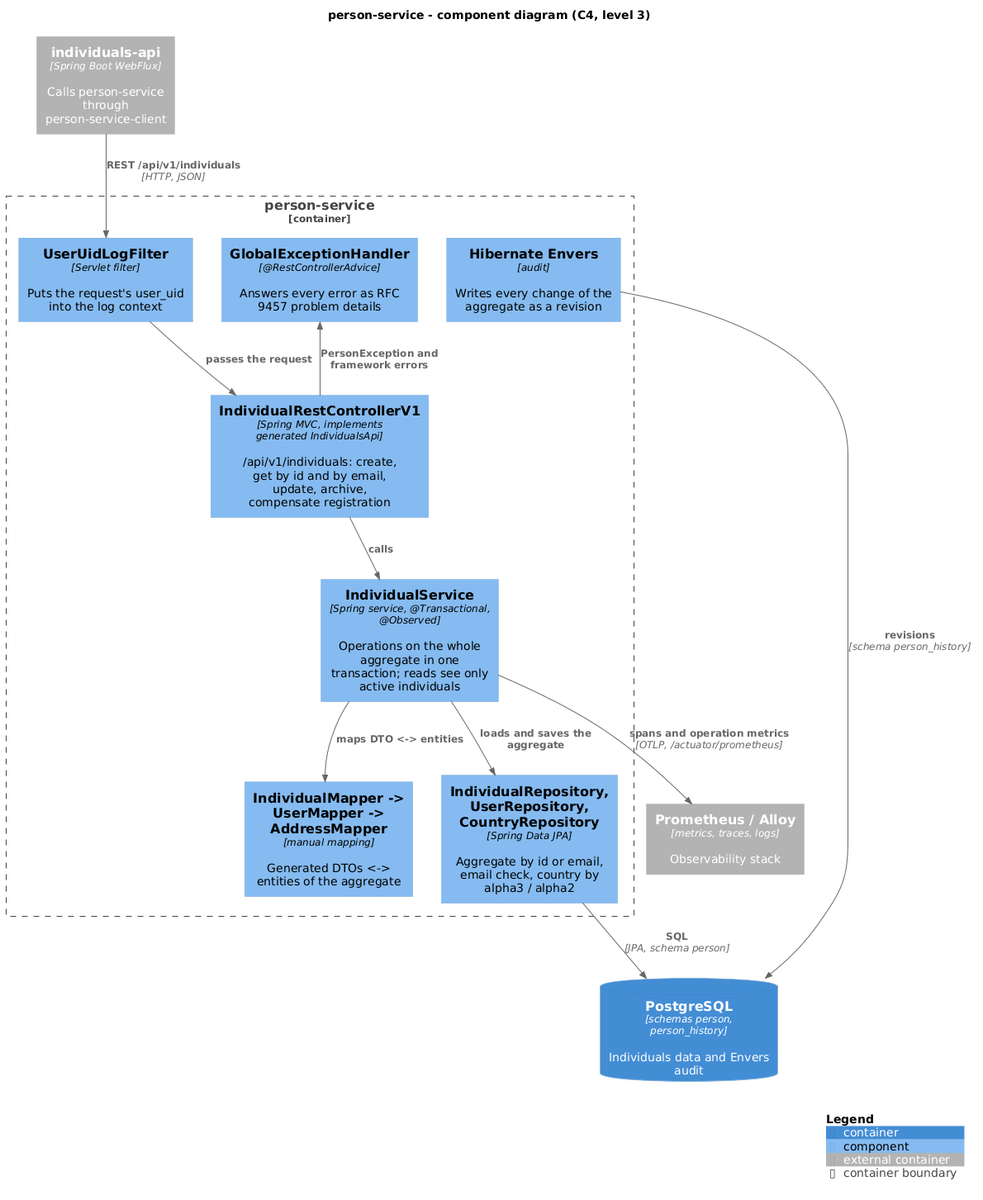
This is person-service/diagrams-c4/png/en/component.png from dezxxx/payment-platform, a PlantUML export, as it was before one commit. Source of this version:
```plantuml
@startuml component
!include <C4/C4_Component>

title person-service - component diagram (C4, level 3)

Container_Ext(individualsApi, "individuals-api", "Spring Boot WebFlux", "Calls person-service through person-service-client")
ContainerDb(db, "PostgreSQL", "schemas person, person_history", "Individuals data and Envers audit")
Container_Ext(observability, "Prometheus / Alloy", "metrics, traces, logs", "Observability stack")

Container_Boundary(app, "person-service") {
    Component(filter, "UserUidLogFilter", "Servlet filter", "Puts the request's user_uid into the log context")
    Component(controller, "IndividualRestControllerV1", "Spring MVC, implements generated IndividualsApi", "/api/v1/individuals: create, get by id and by email, update, archive, compensate registration")
    Component(handler, "GlobalExceptionHandler", "@RestControllerAdvice", "Answers every error as RFC 9457 problem details")
    Component(service, "IndividualService", "Spring service, @Transactional, @Observed", "Operations on the whole aggregate in one transaction; reads see only active individuals")
    Component(mappers, "IndividualMapper -> UserMapper -> AddressMapper", "manual mapping", "Generated DTOs <-> entities of the aggregate")
    Component(repositories, "IndividualRepository, UserRepository, CountryRepository", "Spring Data JPA", "Aggregate by id or email, email check, country by alpha3 / alpha2")
    Component(envers, "Hibernate Envers", "audit", "Writes every change of the aggregate as a revision")
}

Rel(individualsApi, filter, "REST /api/v1/individuals", "HTTP, JSON")
Rel(filter, controller, "passes the request")
Rel(controller, service, "calls")
Rel(service, mappers, "maps DTO <-> entities")
Rel(service, repositories, "loads and saves the aggregate")
Rel(repositories, db, "SQL", "JPA, schema person")
Rel(envers, db, "revisions", "schema person_history")
Rel_Back(handler, controller, "PersonException and framework errors")
Rel(service, observability, "spans and operation metrics", "OTLP, /actuator/prometheus")

SHOW_LEGEND()
@enduml
```
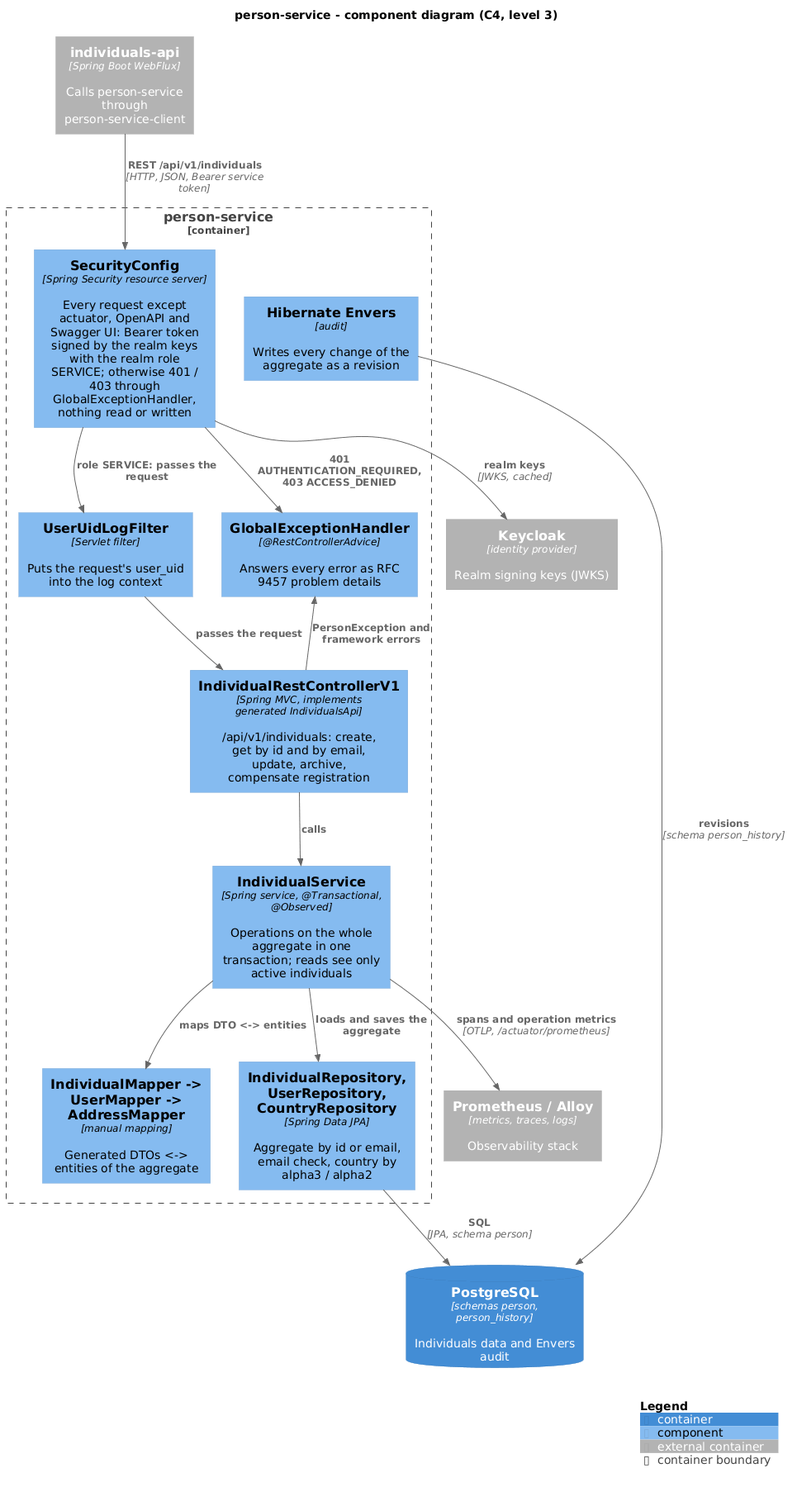
The same diagram one commit later.

The edit, as a diff of the source:
```diff
@@ -5,9 +5,11 @@
 
 Container_Ext(individualsApi, "individuals-api", "Spring Boot WebFlux", "Calls person-service through person-service-client")
 ContainerDb(db, "PostgreSQL", "schemas person, person_history", "Individuals data and Envers audit")
+Container_Ext(keycloak, "Keycloak", "identity provider", "Realm signing keys (JWKS)")
 Container_Ext(observability, "Prometheus / Alloy", "metrics, traces, logs", "Observability stack")
 
 Container_Boundary(app, "person-service") {
+    Component(security, "SecurityConfig", "Spring Security resource server", "Every request except actuator, OpenAPI and Swagger UI: Bearer token signed by the realm keys with the realm role SERVICE; otherwise 401 / 403 through GlobalExceptionHandler, nothing read or written")
     Component(filter, "UserUidLogFilter", "Servlet filter", "Puts the request's user_uid into the log context")
     Component(controller, "IndividualRestControllerV1", "Spring MVC, implements generated IndividualsApi", "/api/v1/individuals: create, get by id and by email, update, archive, compensate registration")
     Component(handler, "GlobalExceptionHandler", "@RestControllerAdvice", "Answers every error as RFC 9457 problem details")
@@ -17,7 +19,10 @@
     Component(envers, "Hibernate Envers", "audit", "Writes every change of the aggregate as a revision")
 }
 
-Rel(individualsApi, filter, "REST /api/v1/individuals", "HTTP, JSON")
+Rel(individualsApi, security, "REST /api/v1/individuals", "HTTP, JSON, Bearer service token")
+Rel(security, keycloak, "realm keys", "JWKS, cached")
+Rel(security, handler, "401 AUTHENTICATION_REQUIRED, 403 ACCESS_DENIED")
+Rel(security, filter, "role SERVICE: passes the request")
 Rel(filter, controller, "passes the request")
 Rel(controller, service, "calls")
 Rel(service, mappers, "maps DTO <-> entities")
```
